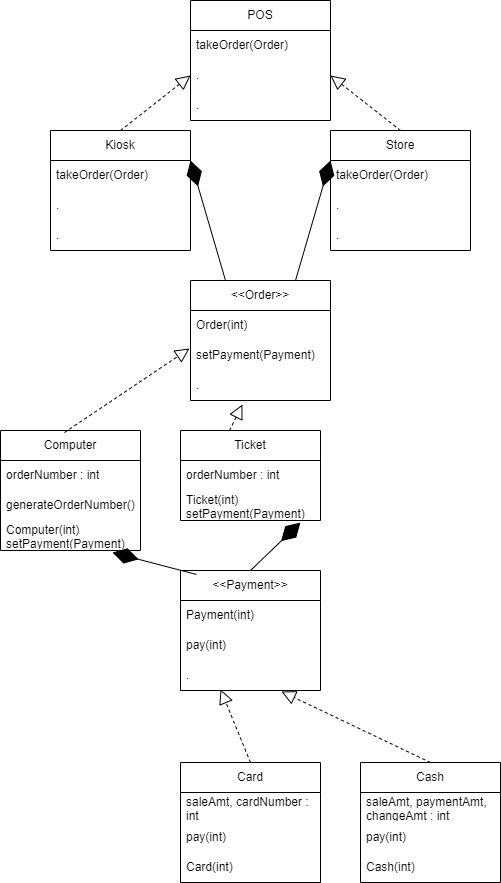
The draw.io diagram HW 1 UML Image.png in Arellano-Jann/strategy-pattern, before a commit. Source tidied: cells renumbered, new cells last; positions are measured from the earlier drawing's top-left corner, leaving out a move shared by most shapes.
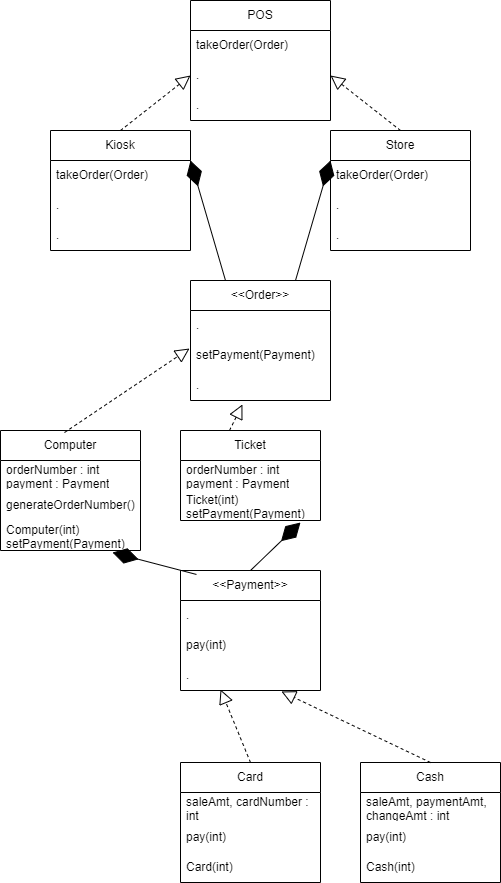
After the commit.

Diff of the diagram source:
```diff
@@ -5,7 +5,7 @@
     <mxCell id="2" value="&amp;lt;&amp;lt;Order&amp;gt;&amp;gt;" style="swimlane;fontStyle=0;horizontal=1;startSize=30;whiteSpace=wrap;html=1;" parent="1" vertex="1">
       <mxGeometry x="190" y="280" width="140" height="120" as="geometry" />
     </mxCell>
-    <mxCell id="3" value="Order(int)" style="text;strokeColor=none;fillColor=none;align=left;verticalAlign=middle;spacingLeft=4;spacingRight=4;overflow=hidden;whiteSpace=wrap;html=1;" parent="2" vertex="1">
+    <mxCell id="3" value="." style="text;strokeColor=none;fillColor=none;align=left;verticalAlign=middle;spacingLeft=4;spacingRight=4;overflow=hidden;whiteSpace=wrap;html=1;" parent="2" vertex="1">
       <mxGeometry y="30" width="140" height="30" as="geometry" />
     </mxCell>
     <mxCell id="4" value="setPayment(Payment)" style="text;strokeColor=none;fillColor=none;align=left;verticalAlign=middle;spacingLeft=4;spacingRight=4;overflow=hidden;points=[[0,0.5],[1,0.5]];portConstraint=eastwest;whiteSpace=wrap;html=1;" parent="2" vertex="1">
@@ -17,7 +17,7 @@
     <mxCell id="6" value="&amp;lt;&amp;lt;Payment&amp;gt;&amp;gt;" style="swimlane;fontStyle=0;horizontal=1;startSize=30;whiteSpace=wrap;html=1;" parent="1" vertex="1">
       <mxGeometry x="180" y="570" width="140" height="120" as="geometry" />
     </mxCell>
-    <mxCell id="7" value="Payment(int)" style="text;strokeColor=none;fillColor=none;align=left;verticalAlign=middle;spacingLeft=4;spacingRight=4;overflow=hidden;whiteSpace=wrap;html=1;" parent="6" vertex="1">
+    <mxCell id="7" value="." style="text;strokeColor=none;fillColor=none;align=left;verticalAlign=middle;spacingLeft=4;spacingRight=4;overflow=hidden;whiteSpace=wrap;html=1;" parent="6" vertex="1">
       <mxGeometry y="30" width="140" height="30" as="geometry" />
     </mxCell>
     <mxCell id="8" value="pay(int)" style="text;strokeColor=none;fillColor=none;align=left;verticalAlign=middle;spacingLeft=4;spacingRight=4;overflow=hidden;whiteSpace=wrap;html=1;" parent="6" vertex="1">
@@ -53,7 +53,7 @@
     <mxCell id="18" value="Computer" style="swimlane;fontStyle=0;horizontal=1;startSize=30;whiteSpace=wrap;html=1;" parent="1" vertex="1">
       <mxGeometry y="430" width="140" height="120" as="geometry" />
     </mxCell>
-    <mxCell id="19" value="orderNumber : int" style="text;strokeColor=none;fillColor=none;align=left;verticalAlign=middle;spacingLeft=4;spacingRight=4;overflow=hidden;whiteSpace=wrap;html=1;" parent="18" vertex="1">
+    <mxCell id="19" value="orderNumber : int&lt;br&gt;payment : Payment" style="text;strokeColor=none;fillColor=none;align=left;verticalAlign=middle;spacingLeft=4;spacingRight=4;overflow=hidden;whiteSpace=wrap;html=1;" parent="18" vertex="1">
       <mxGeometry y="30" width="140" height="30" as="geometry" />
     </mxCell>
     <mxCell id="20" value="generateOrderNumber()" style="text;strokeColor=none;fillColor=none;align=left;verticalAlign=middle;spacingLeft=4;spacingRight=4;overflow=hidden;whiteSpace=wrap;html=1;" parent="18" vertex="1">
@@ -65,7 +65,7 @@
     <mxCell id="22" value="Ticket" style="swimlane;fontStyle=0;horizontal=1;startSize=30;whiteSpace=wrap;html=1;" parent="1" vertex="1">
       <mxGeometry x="180" y="430" width="140" height="90" as="geometry" />
     </mxCell>
-    <mxCell id="23" value="orderNumber : int" style="text;strokeColor=none;fillColor=none;align=left;verticalAlign=middle;spacingLeft=4;spacingRight=4;overflow=hidden;whiteSpace=wrap;html=1;" parent="22" vertex="1">
+    <mxCell id="23" value="orderNumber : int&lt;br&gt;payment : Payment" style="text;strokeColor=none;fillColor=none;align=left;verticalAlign=middle;spacingLeft=4;spacingRight=4;overflow=hidden;whiteSpace=wrap;html=1;" parent="22" vertex="1">
       <mxGeometry y="30" width="140" height="30" as="geometry" />
     </mxCell>
     <mxCell id="24" value="Ticket(int)&lt;br&gt;setPayment(Payment)" style="text;strokeColor=none;fillColor=none;align=left;verticalAlign=middle;spacingLeft=4;spacingRight=4;overflow=hidden;points=[[0,0.5],[1,0.5]];portConstraint=eastwest;whiteSpace=wrap;html=1;" parent="22" vertex="1">
```
